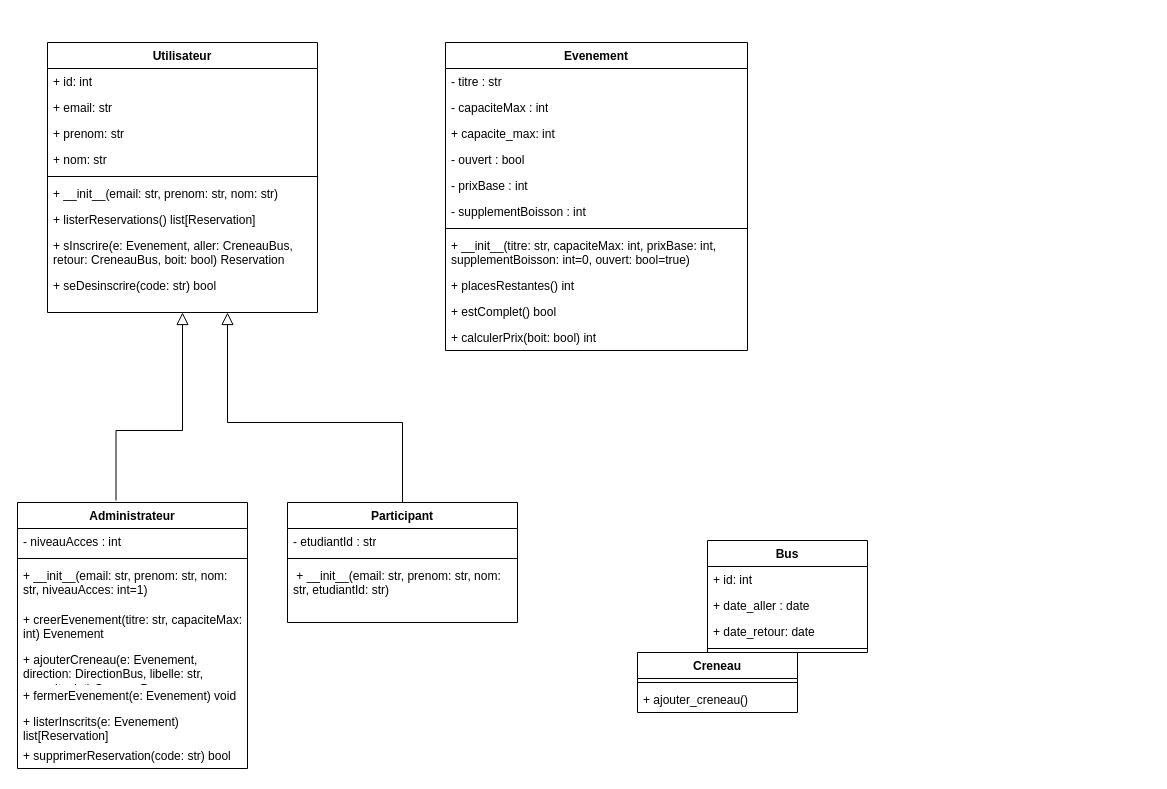
This is doc/diagramme_classe.drawio from khalidjerrari/ENSAI-Projet-info-2A, a draw.io file, before an edit. Source tidied: cells renumbered, new cells numbered last; positions are measured from the earlier drawing's top-left corner, leaving out a move shared by most shapes. Both pictures are drawn from the tidied source at 100%, with x=0, y=0 at pixel (17, 42).
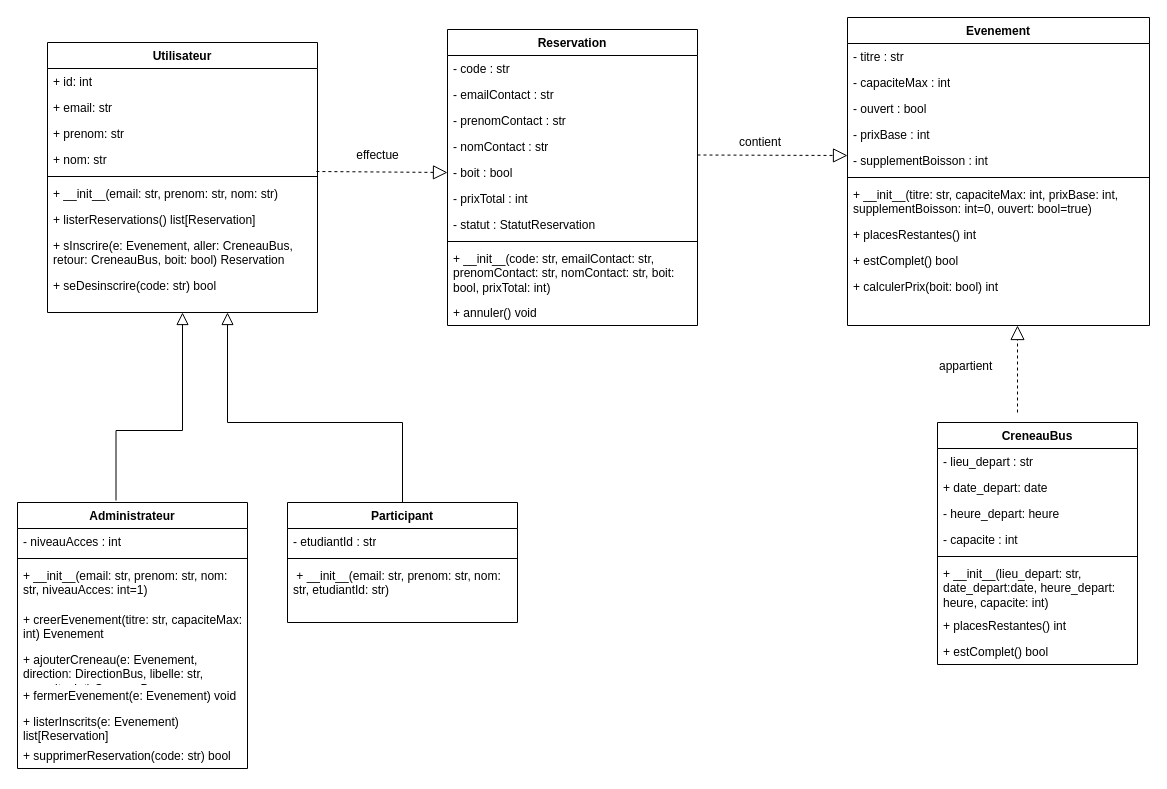
The same page after the edit.

Commit message (it also covers changes not shown here):
Mettre à jour diagramme_classe.drawio

The change refers to these unchanged cells:
```xml
<mxCell id="6" value="+ nom: str" style="text;strokeColor=none;fillColor=none;align=left;verticalAlign=top;spacingLeft=4;spacingRight=4;overflow=hidden;points=[[0,0.5],[1,0.5]];portConstraint=eastwest;whiteSpace=wrap;html=1;" parent="2" vertex="1">
  <mxGeometry y="104" width="270" height="26" as="geometry" />
</mxCell>
```

Change to the diagram source:
```diff
@@
     <mxCell id="23" value="Evenement" style="swimlane;fontStyle=1;align=center;verticalAlign=top;horizontal=1;startSize=26;rounded=0;shadow=0;strokeWidth=1;" parent="1" vertex="1">
-      <mxGeometry x="428" width="302" height="308" as="geometry" />
+      <mxGeometry x="830" y="-25" width="302" height="308" as="geometry" />
     </mxCell>
@@
-    <mxCell id="26" value="+ capacite_max: int" style="text;strokeColor=none;fillColor=none;align=left;verticalAlign=top;spacingLeft=4;spacingRight=4;overflow=hidden;whiteSpace=wrap;html=1;" parent="23" vertex="1">
-      <mxGeometry y="78" width="302" height="26" as="geometry" />
-    </mxCell>
     <mxCell id="27" value="- ouvert : bool" style="text;strokeColor=none;fillColor=none;align=left;verticalAlign=top;spacingLeft=4;spacingRight=4;overflow=hidden;whiteSpace=wrap;html=1;" parent="23" vertex="1">
-      <mxGeometry y="104" width="302" height="26" as="geometry" />
+      <mxGeometry y="78" width="302" height="26" as="geometry" />
     </mxCell>
     <mxCell id="28" value="- prixBase : int" style="text;strokeColor=none;fillColor=none;align=left;verticalAlign=top;spacingLeft=4;spacingRight=4;overflow=hidden;whiteSpace=wrap;html=1;" parent="23" vertex="1">
-      <mxGeometry y="130" width="302" height="26" as="geometry" />
+      <mxGeometry y="104" width="302" height="26" as="geometry" />
     </mxCell>
     <mxCell id="29" value="- supplementBoisson : int" style="text;strokeColor=none;fillColor=none;align=left;verticalAlign=top;spacingLeft=4;spacingRight=4;overflow=hidden;whiteSpace=wrap;html=1;" parent="23" vertex="1">
-      <mxGeometry y="156" width="302" height="26" as="geometry" />
+      <mxGeometry y="130" width="302" height="26" as="geometry" />
     </mxCell>
     <mxCell id="30" style="line;html=1;strokeWidth=1;align=left;verticalAlign=middle;spacingTop=-1;spacingLeft=3;spacingRight=3;labelPosition=right;" parent="23" vertex="1">
-      <mxGeometry y="182" width="302" height="8" as="geometry" />
+      <mxGeometry y="156" width="302" height="8" as="geometry" />
     </mxCell>
     <mxCell id="31" value="+ __init__(titre: str, capaciteMax: int, prixBase: int, supplementBoisson: int=0, ouvert: bool=true)" style="text;strokeColor=none;fillColor=none;align=left;verticalAlign=top;spacingLeft=4;spacingRight=4;overflow=hidden;whiteSpace=wrap;html=1;" parent="23" vertex="1">
-      <mxGeometry y="190" width="302" height="40" as="geometry" />
+      <mxGeometry y="164" width="302" height="40" as="geometry" />
     </mxCell>
     <mxCell id="32" value="+ placesRestantes() int" style="text;strokeColor=none;fillColor=none;align=left;verticalAlign=top;spacingLeft=4;spacingRight=4;overflow=hidden;whiteSpace=wrap;html=1;" parent="23" vertex="1">
-      <mxGeometry y="230" width="302" height="26" as="geometry" />
+      <mxGeometry y="204" width="302" height="26" as="geometry" />
     </mxCell>
     <mxCell id="33" value="+ estComplet() bool" style="text;strokeColor=none;fillColor=none;align=left;verticalAlign=top;spacingLeft=4;spacingRight=4;overflow=hidden;whiteSpace=wrap;html=1;" parent="23" vertex="1">
-      <mxGeometry y="256" width="302" height="26" as="geometry" />
+      <mxGeometry y="230" width="302" height="26" as="geometry" />
     </mxCell>
     <mxCell id="34" value="+ calculerPrix(boit: bool) int" style="text;strokeColor=none;fillColor=none;align=left;verticalAlign=top;spacingLeft=4;spacingRight=4;overflow=hidden;whiteSpace=wrap;html=1;" parent="23" vertex="1">
-      <mxGeometry y="282" width="302" height="26" as="geometry" />
+      <mxGeometry y="256" width="302" height="26" as="geometry" />
     </mxCell>
@@
-    <mxCell id="39" value="Bus" style="swimlane;fontStyle=1;align=center;verticalAlign=top;horizontal=1;startSize=26;whiteSpace=wrap;html=1;" parent="1" vertex="1">
-      <mxGeometry x="690" y="498" width="160" height="112" as="geometry" />
-    </mxCell>
-    <mxCell id="40" value="&lt;div&gt;+ id: int&amp;nbsp;&lt;/div&gt;&lt;div&gt;&lt;br&gt;&lt;/div&gt;&lt;div&gt;&lt;br&gt;&lt;/div&gt;&lt;div&gt;&lt;br&gt;&lt;/div&gt;" style="text;strokeColor=none;fillColor=none;align=left;verticalAlign=top;spacingLeft=4;spacingRight=4;overflow=hidden;whiteSpace=wrap;html=1;" parent="39" vertex="1">
-      <mxGeometry y="26" width="160" height="26" as="geometry" />
-    </mxCell>
-    <mxCell id="41" value="+ date_aller : date" style="text;strokeColor=none;fillColor=none;align=left;verticalAlign=top;spacingLeft=4;spacingRight=4;overflow=hidden;whiteSpace=wrap;html=1;" parent="39" vertex="1">
-      <mxGeometry y="52" width="160" height="26" as="geometry" />
-    </mxCell>
-    <mxCell id="42" value="+ date_retour: date" style="text;strokeColor=none;fillColor=none;align=left;verticalAlign=top;spacingLeft=4;spacingRight=4;overflow=hidden;whiteSpace=wrap;html=1;" parent="39" vertex="1">
-      <mxGeometry y="78" width="160" height="26" as="geometry" />
-    </mxCell>
-    <mxCell id="43" style="line;strokeWidth=1;fillColor=none;align=left;verticalAlign=middle;spacingTop=-1;spacingLeft=3;spacingRight=3;labelPosition=right;strokeColor=inherit;" parent="39" vertex="1">
-      <mxGeometry y="104" width="160" height="8" as="geometry" />
-    </mxCell>
-    <mxCell id="44" value="Creneau" style="swimlane;fontStyle=1;align=center;verticalAlign=top;horizontal=1;startSize=26;whiteSpace=wrap;html=1;" parent="1" vertex="1">
-      <mxGeometry x="620" y="610" width="160" height="60" as="geometry" />
+    <mxCell id="44" value="CreneauBus" style="swimlane;fontStyle=1;align=center;verticalAlign=top;horizontal=1;startSize=26;whiteSpace=wrap;html=1;" parent="1" vertex="1">
+      <mxGeometry x="920" y="380" width="200" height="242" as="geometry" />
     </mxCell>
+    <mxCell id="47" value="- lieu_depart : str" style="text;strokeColor=none;fillColor=none;align=left;verticalAlign=top;spacingLeft=4;spacingRight=4;overflow=hidden;whiteSpace=wrap;html=1;" parent="44" vertex="1">
+      <mxGeometry y="26" width="200" height="26" as="geometry" />
+    </mxCell>
+    <mxCell id="48" value="+ date_depart: date" style="text;strokeColor=none;fillColor=none;align=left;verticalAlign=top;spacingLeft=4;spacingRight=4;overflow=hidden;whiteSpace=wrap;html=1;" parent="44" vertex="1">
+      <mxGeometry y="52" width="200" height="26" as="geometry" />
+    </mxCell>
+    <mxCell id="49" value="- heure_depart: heure" style="text;strokeColor=none;fillColor=none;align=left;verticalAlign=top;spacingLeft=4;spacingRight=4;overflow=hidden;whiteSpace=wrap;html=1;" parent="44" vertex="1">
+      <mxGeometry y="78" width="200" height="26" as="geometry" />
+    </mxCell>
+    <mxCell id="50" value="- capacite : int" style="text;strokeColor=none;fillColor=none;align=left;verticalAlign=top;spacingLeft=4;spacingRight=4;overflow=hidden;whiteSpace=wrap;html=1;" parent="44" vertex="1">
+      <mxGeometry y="104" width="200" height="26" as="geometry" />
+    </mxCell>
     <mxCell id="45" style="line;strokeWidth=1;fillColor=none;align=left;verticalAlign=middle;spacingTop=-1;spacingLeft=3;spacingRight=3;labelPosition=right;strokeColor=inherit;" parent="44" vertex="1">
-      <mxGeometry y="26" width="160" height="8" as="geometry" />
+      <mxGeometry y="130" width="200" height="8" as="geometry" />
     </mxCell>
-    <mxCell id="46" value="+ ajouter_creneau()" style="text;strokeColor=none;fillColor=none;align=left;verticalAlign=top;spacingLeft=4;spacingRight=4;overflow=hidden;whiteSpace=wrap;html=1;" parent="44" vertex="1">
-      <mxGeometry y="34" width="160" height="26" as="geometry" />
+    <mxCell id="46" value="+ __init__(lieu_depart: str, date_depart:date, heure_depart: heure, capacite: int)" style="text;strokeColor=none;fillColor=none;align=left;verticalAlign=top;spacingLeft=4;spacingRight=4;overflow=hidden;whiteSpace=wrap;html=1;" parent="44" vertex="1">
+      <mxGeometry y="138" width="200" height="52" as="geometry" />
     </mxCell>
+    <mxCell id="51" value="+ placesRestantes() int" style="text;strokeColor=none;fillColor=none;align=left;verticalAlign=top;spacingLeft=4;spacingRight=4;overflow=hidden;whiteSpace=wrap;html=1;" parent="44" vertex="1">
+      <mxGeometry y="190" width="200" height="26" as="geometry" />
+    </mxCell>
+    <mxCell id="52" value="+ estComplet() bool" style="text;strokeColor=none;fillColor=none;align=left;verticalAlign=top;spacingLeft=4;spacingRight=4;overflow=hidden;whiteSpace=wrap;html=1;" parent="44" vertex="1">
+      <mxGeometry y="216" width="200" height="26" as="geometry" />
+    </mxCell>
+    <mxCell id="53" value="Reservation" style="swimlane;fontStyle=1;align=center;verticalAlign=top;horizontal=1;startSize=26;whiteSpace=wrap;html=1;" parent="1" vertex="1">
+      <mxGeometry x="430" y="-13" width="250" height="296" as="geometry" />
+    </mxCell>
+    <mxCell id="54" value="- code : str" style="text;strokeColor=none;fillColor=none;align=left;verticalAlign=top;spacingLeft=4;spacingRight=4;overflow=hidden;whiteSpace=wrap;html=1;" parent="53" vertex="1">
+      <mxGeometry y="26" width="250" height="26" as="geometry" />
+    </mxCell>
+    <mxCell id="55" value="- emailContact : str" style="text;strokeColor=none;fillColor=none;align=left;verticalAlign=top;spacingLeft=4;spacingRight=4;overflow=hidden;whiteSpace=wrap;html=1;" parent="53" vertex="1">
+      <mxGeometry y="52" width="250" height="26" as="geometry" />
+    </mxCell>
+    <mxCell id="56" value="- prenomContact : str" style="text;strokeColor=none;fillColor=none;align=left;verticalAlign=top;spacingLeft=4;spacingRight=4;overflow=hidden;whiteSpace=wrap;html=1;" parent="53" vertex="1">
+      <mxGeometry y="78" width="250" height="26" as="geometry" />
+    </mxCell>
+    <mxCell id="57" value="- nomContact : str" style="text;strokeColor=none;fillColor=none;align=left;verticalAlign=top;spacingLeft=4;spacingRight=4;overflow=hidden;whiteSpace=wrap;html=1;" parent="53" vertex="1">
+      <mxGeometry y="104" width="250" height="26" as="geometry" />
+    </mxCell>
+    <mxCell id="58" value="- boit : bool" style="text;strokeColor=none;fillColor=none;align=left;verticalAlign=top;spacingLeft=4;spacingRight=4;overflow=hidden;whiteSpace=wrap;html=1;" parent="53" vertex="1">
+      <mxGeometry y="130" width="250" height="26" as="geometry" />
+    </mxCell>
+    <mxCell id="59" style="endArrow=block;dashed=1;endFill=0;endSize=12;html=1;rounded=0;exitX=0.996;exitY=0.962;exitDx=0;exitDy=0;exitPerimeter=0;" parent="53" edge="1" source="6">
+      <mxGeometry relative="1" as="geometry">
+        <mxPoint y="143" as="targetPoint" />
+      </mxGeometry>
+    </mxCell>
+    <mxCell id="60" value="- prixTotal : int" style="text;strokeColor=none;fillColor=none;align=left;verticalAlign=top;spacingLeft=4;spacingRight=4;overflow=hidden;whiteSpace=wrap;html=1;" parent="53" vertex="1">
+      <mxGeometry y="156" width="250" height="26" as="geometry" />
+    </mxCell>
+    <mxCell id="61" value="- statut : StatutReservation" style="text;strokeColor=none;fillColor=none;align=left;verticalAlign=top;spacingLeft=4;spacingRight=4;overflow=hidden;whiteSpace=wrap;html=1;" parent="53" vertex="1">
+      <mxGeometry y="182" width="250" height="26" as="geometry" />
+    </mxCell>
+    <mxCell id="62" style="line;strokeWidth=1;fillColor=none;align=left;verticalAlign=middle;spacingTop=-1;spacingLeft=3;spacingRight=3;labelPosition=right;strokeColor=inherit;" parent="53" vertex="1">
+      <mxGeometry y="208" width="250" height="8" as="geometry" />
+    </mxCell>
+    <mxCell id="63" value="+ __init__(code: str, emailContact: str, prenomContact: str, nomContact: str, boit: bool, prixTotal: int)" style="text;strokeColor=none;fillColor=none;align=left;verticalAlign=top;spacingLeft=4;spacingRight=4;overflow=hidden;whiteSpace=wrap;html=1;" parent="53" vertex="1">
+      <mxGeometry y="216" width="250" height="54" as="geometry" />
+    </mxCell>
+    <mxCell id="64" value="+ annuler() void" style="text;strokeColor=none;fillColor=none;align=left;verticalAlign=top;spacingLeft=4;spacingRight=4;overflow=hidden;whiteSpace=wrap;html=1;" parent="53" vertex="1">
+      <mxGeometry y="270" width="250" height="26" as="geometry" />
+    </mxCell>
+    <mxCell id="65" value="effectue" style="text;align=center;fontStyle=0;verticalAlign=middle;spacingLeft=3;spacingRight=3;strokeColor=none;html=1;" parent="1" vertex="1">
+      <mxGeometry x="320" y="100" width="80" height="26" as="geometry" />
+    </mxCell>
+    <mxCell id="66" style="endArrow=block;dashed=1;endFill=0;endSize=12;html=1;rounded=0;" parent="1" edge="1">
+      <mxGeometry relative="1" as="geometry">
+        <mxPoint x="680" y="112.5" as="sourcePoint" />
+        <mxPoint x="830" y="113" as="targetPoint" />
+      </mxGeometry>
+    </mxCell>
+    <mxCell id="67" value="contient" style="text;whiteSpace=wrap;" parent="1" vertex="1">
+      <mxGeometry x="720" y="86" width="80" height="40" as="geometry" />
+    </mxCell>
+    <mxCell id="68" style="endArrow=block;dashed=1;endFill=0;endSize=12;html=1;rounded=0;" parent="1" edge="1">
+      <mxGeometry relative="1" as="geometry">
+        <mxPoint x="1000" y="370" as="sourcePoint" />
+        <mxPoint x="1000" y="283" as="targetPoint" />
+      </mxGeometry>
+    </mxCell>
+    <mxCell id="69" value="appartient" style="text;whiteSpace=wrap;" parent="1" vertex="1">
+      <mxGeometry x="920" y="310" width="90" height="40" as="geometry" />
+    </mxCell>
```
